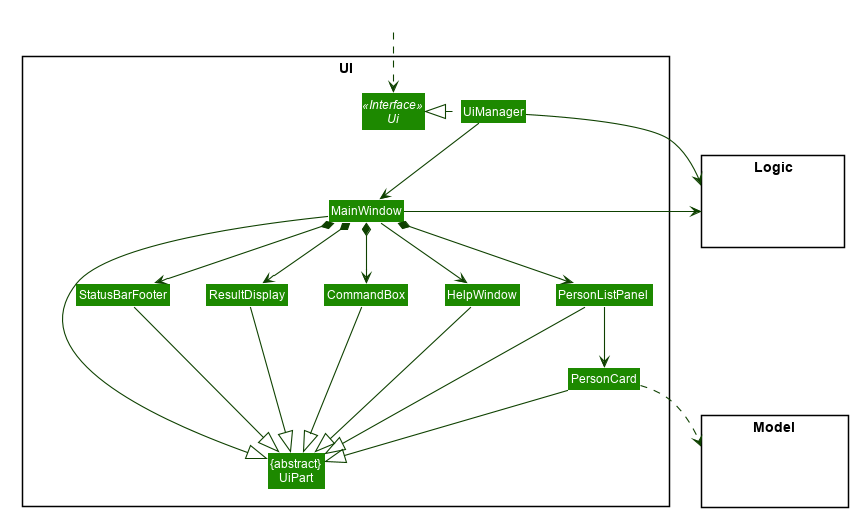
Before: docs/images/UiClassDiagram.png, a diagram exported from PlantUML (nus-cs2103-AY1920S2/addressbook-level3).
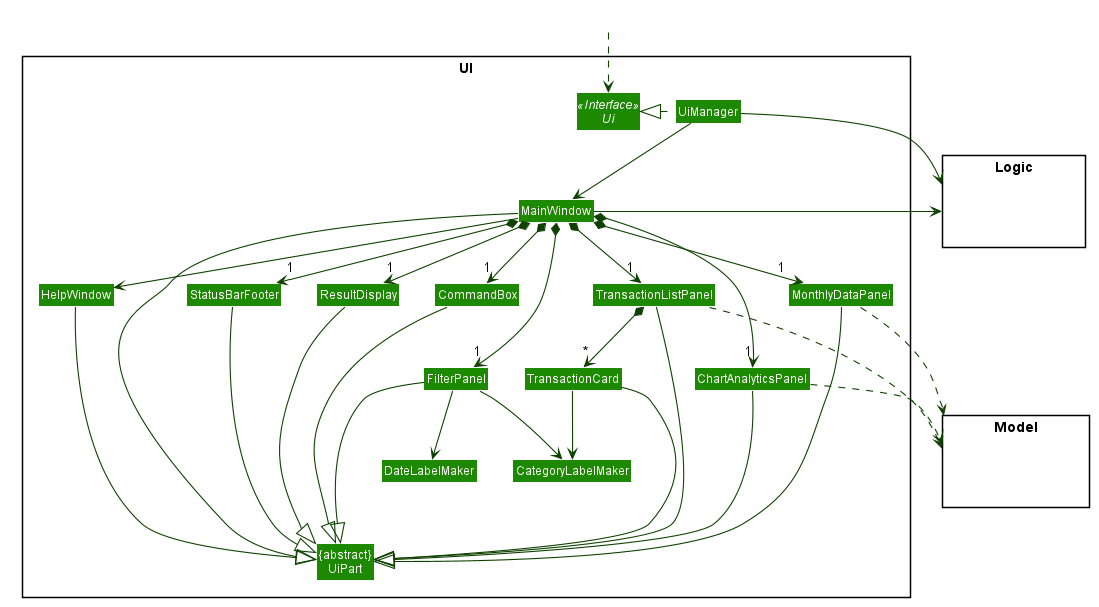
The same file after the commit.

The edit, as a diff of the source:
```diff
@@ -58,10 +58,15 @@
 Class MainWindow
 Class HelpWindow
 Class ResultDisplay
-Class PersonListPanel
-Class PersonCard
+Class TransactionListPanel
+Class TransactionCard
 Class StatusBarFooter
 Class CommandBox
+Class ChartAnalyticsPanel
+Class FilterPanel
+Class MonthlyDataPanel
+Class CategoryLabelMaker
+Class DateLabelMaker
 }
 
 package Model <<Rectangle>> {
@@ -78,30 +83,41 @@
 UiManager .left.|> Ui
 UiManager -down-> MainWindow
 MainWindow --> HelpWindow
-MainWindow *-down-> CommandBox
-MainWindow *-down-> ResultDisplay
-MainWindow *-down-> PersonListPanel
-MainWindow *-down-> StatusBarFooter
+MainWindow *-down-> "1" CommandBox
+MainWindow *-down-> "1" ResultDisplay
+MainWindow *-down-> "1" TransactionListPanel
+MainWindow *-down-> "1" ChartAnalyticsPanel
+MainWindow *-down-> "1" StatusBarFooter
+MainWindow *-down-> "1" FilterPanel
+MainWindow *-down-> "1" MonthlyDataPanel
 
-PersonListPanel -down-> PersonCard
+TransactionListPanel *-down-> "*" TransactionCard
+TransactionCard -down-> CategoryLabelMaker
+FilterPanel -down-> CategoryLabelMaker
+FilterPanel -down-> DateLabelMaker
 
-MainWindow -left-|> UiPart
 
-ResultDisplay --|> UiPart
-CommandBox --|> UiPart
-PersonListPanel --|> UiPart
-PersonCard --|> UiPart
-StatusBarFooter --|> UiPart
-HelpWindow -down-|> UiPart
+MainWindow ---|> UiPart
+StatusBarFooter ---|> UiPart
+ResultDisplay -right-|> UiPart
+CommandBox -down--|> UiPart
+MonthlyDataPanel ----|> UiPart
+TransactionListPanel -down--|> UiPart
+TransactionCard -down-|> UiPart
+HelpWindow ---|> UiPart
+FilterPanel ---|> UiPart
+ChartAnalyticsPanel ---|> UiPart
 
-PersonCard ..> Model
+TransactionListPanel ..> Model
+ChartAnalyticsPanel .down.> Model
+MonthlyDataPanel ..> Model
 UiManager -right-> Logic
 MainWindow -left-> Logic
 
-PersonListPanel -[hidden]left- HelpWindow
 HelpWindow -[hidden]left- CommandBox
 CommandBox -[hidden]left- ResultDisplay
 ResultDisplay -[hidden]left- StatusBarFooter
+TransactionCard -[hidden]left- FilterPanel
 
-MainWindow -[hidden]-|> UiPart
+Model -[hidden]-|> UiPart
 @enduml
```
